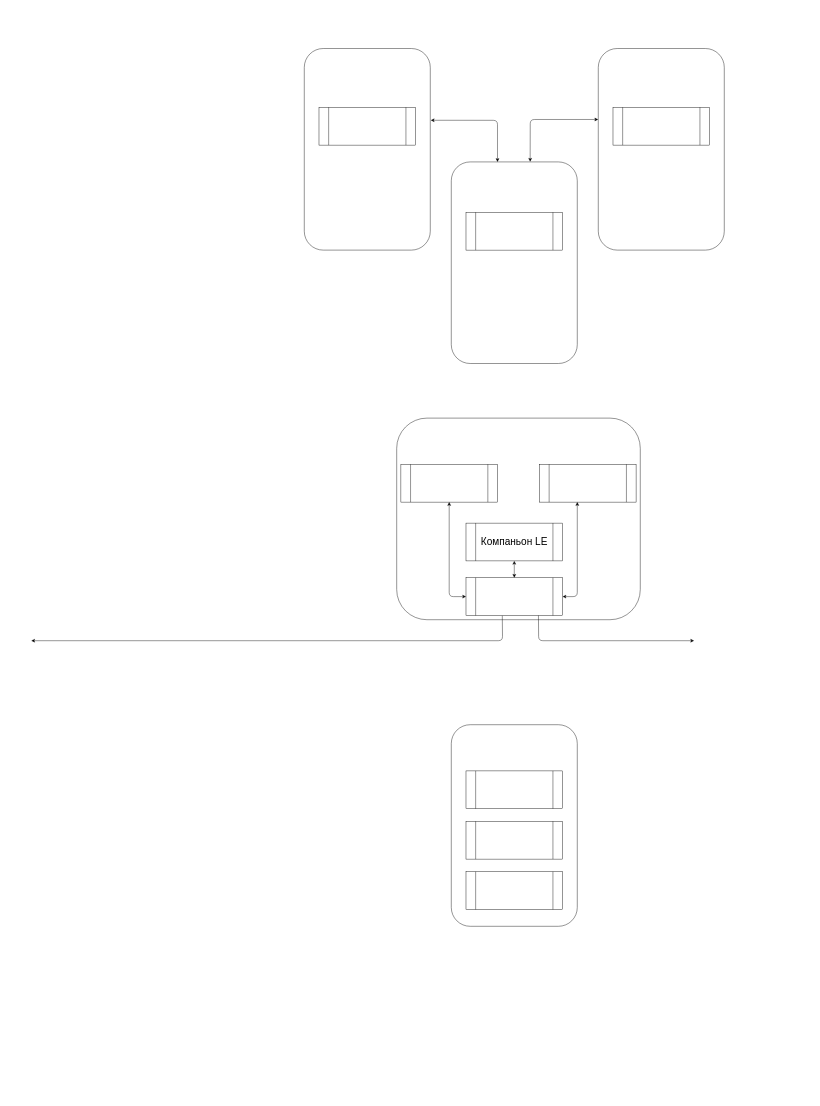
The draw.io diagram Untitled Diagram.drawio in goldcvt/jumbo-autodeploy, before the edit. Source tidied: cells renumbered, new cells numbered last; positions are measured from the earlier drawing's top-left corner, leaving out a move shared by most shapes. Both pictures are drawn from the tidied source at 42%, with x=0, y=0 at pixel (31, 48).
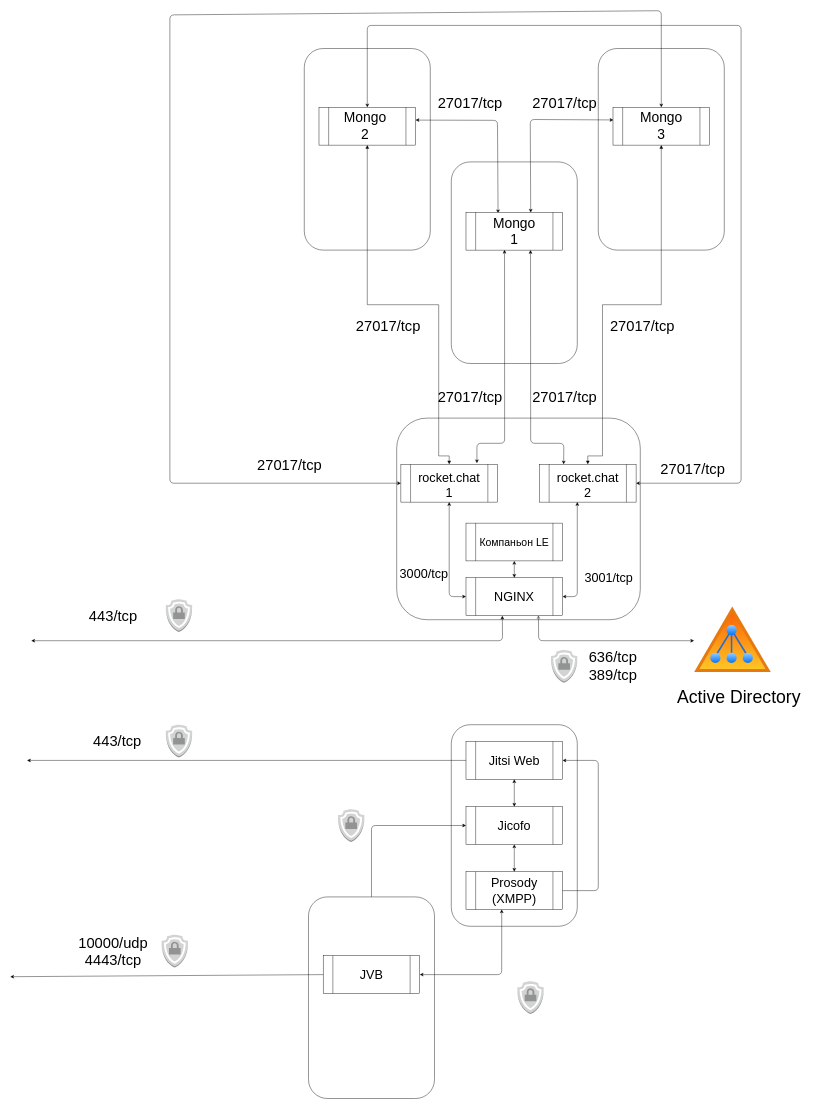
The same diagram, later.

Unchanged cells that the change refers to:
```xml
<mxCell id="2" style="rounded=1;whiteSpace=wrap;html=1;" parent="1" vertex="1">
  <mxGeometry x="650" width="300" height="480" as="geometry" />
</mxCell>
<mxCell id="3" style="rounded=1;whiteSpace=wrap;html=1;" parent="1" vertex="1">
  <mxGeometry x="1000" y="270" width="300" height="480" as="geometry" />
</mxCell>
<mxCell id="4" style="rounded=1;whiteSpace=wrap;html=1;" parent="1" vertex="1">
  <mxGeometry x="1350" width="300" height="480" as="geometry" />
</mxCell>
<mxCell id="8" style="shape=process;whiteSpace=wrap;html=1;backgroundOutline=1;" parent="1" vertex="1">
  <mxGeometry x="685" y="140" width="230" height="90" as="geometry" />
</mxCell>
<mxCell id="9" style="shape=process;whiteSpace=wrap;html=1;backgroundOutline=1;" parent="1" vertex="1">
  <mxGeometry x="1385" y="140" width="230" height="90" as="geometry" />
</mxCell>
<mxCell id="10" style="shape=process;whiteSpace=wrap;html=1;backgroundOutline=1;" parent="1" vertex="1">
  <mxGeometry x="1035" y="390" width="230" height="90" as="geometry" />
</mxCell>
<mxCell id="11" style="shape=process;whiteSpace=wrap;html=1;backgroundOutline=1;" parent="1" vertex="1">
  <mxGeometry x="880" y="990" width="230" height="90" as="geometry" />
</mxCell>
<mxCell id="13" style="shape=process;whiteSpace=wrap;html=1;backgroundOutline=1;" parent="1" vertex="1">
  <mxGeometry x="1035" y="1260" width="230" height="90" as="geometry" />
</mxCell>
<mxCell id="14" style="shape=process;whiteSpace=wrap;html=1;backgroundOutline=1;" parent="1" vertex="1">
  <mxGeometry x="1210" y="990" width="230" height="90" as="geometry" />
</mxCell>
<mxCell id="18" style="shape=process;whiteSpace=wrap;html=1;backgroundOutline=1;" parent="1" vertex="1">
  <mxGeometry x="1035" y="1960" width="230" height="90" as="geometry" />
</mxCell>
```

The edit, as a diff of the source:
```diff
@@
-    <mxCell id="6" style="endArrow=classic;startArrow=classic;html=1;exitX=1.004;exitY=0.356;exitDx=0;exitDy=0;exitPerimeter=0;" parent="1" edge="1" source="2">
+    <mxCell id="6" style="endArrow=classic;startArrow=classic;html=1;exitX=1;exitY=0.338;exitDx=0;exitDy=0;exitPerimeter=0;entryX=0.332;entryY=0.024;entryDx=0;entryDy=0;entryPerimeter=0;" parent="1" edge="1" source="8" target="10">
       <mxGeometry relative="1" as="geometry">
-        <mxPoint x="1110" y="270" as="targetPoint" />
         <Array as="points">
           <mxPoint x="1110" y="171" />
         </Array>
       </mxGeometry>
     </mxCell>
-    <mxCell id="7" style="endArrow=classic;startArrow=classic;html=1;entryX=0.626;entryY=-0.001;entryDx=0;entryDy=0;entryPerimeter=0;exitX=-0.001;exitY=0.352;exitDx=0;exitDy=0;exitPerimeter=0;" parent="1" edge="1" source="4" target="3">
+    <mxCell id="7" style="endArrow=classic;startArrow=classic;html=1;entryX=0.67;entryY=0.007;entryDx=0;entryDy=0;entryPerimeter=0;exitX=0.004;exitY=0.334;exitDx=0;exitDy=0;exitPerimeter=0;" parent="1" edge="1" source="9" target="10">
       <mxGeometry relative="1" as="geometry">
         <Array as="points">
           <mxPoint x="1188" y="169" />
         </Array>
       </mxGeometry>
     </mxCell>
@@
+    <mxCell id="25" style="edgeStyle=orthogonalEdgeStyle;rounded=0;jettySize=auto;html=1;exitX=0.5;exitY=0;exitDx=0;exitDy=0;entryX=0.5;entryY=1;entryDx=0;entryDy=0;startArrow=block;startFill=1;endArrow=block;endFill=1;" parent="1" edge="1" source="11" target="8">
+      <mxGeometry relative="1" as="geometry">
+        <Array as="points">
+          <mxPoint x="995" y="970" />
+          <mxPoint x="970" y="970" />
+          <mxPoint x="970" y="610" />
+          <mxPoint x="800" y="610" />
+        </Array>
+      </mxGeometry>
+    </mxCell>
@@
     <mxCell id="16" style="shape=process;whiteSpace=wrap;html=1;backgroundOutline=1;" parent="1" vertex="1">
-      <mxGeometry x="1035" y="1720" width="230" height="90" as="geometry" />
+      <mxGeometry x="1035" y="1650" width="230" height="90" as="geometry" />
     </mxCell>
     <mxCell id="17" style="shape=process;whiteSpace=wrap;html=1;backgroundOutline=1;" parent="1" vertex="1">
-      <mxGeometry x="1035" y="1840" width="230" height="90" as="geometry" />
+      <mxGeometry x="1035" y="1805" width="230" height="90" as="geometry" />
     </mxCell>
@@
-    <mxCell id="19" style="endArrow=none;startArrow=classic;html=1;entryX=0.376;entryY=1.006;entryDx=0;entryDy=0;endFill=0;entryPerimeter=0;" parent="1" edge="1" target="13">
+    <mxCell id="19" style="endArrow=classic;startArrow=classic;html=1;entryX=0.376;entryY=1.006;entryDx=0;entryDy=0;endFill=1;entryPerimeter=0;" parent="1" edge="1" target="13">
       <mxGeometry relative="1" as="geometry">
         <mxPoint y="1410" as="sourcePoint" />
         <Array as="points">
           <mxPoint x="1122" y="1410" />
         </Array>
       </mxGeometry>
     </mxCell>
@@
-    <mxCell id="21" value="&lt;span style=&quot;font-size: 24px&quot;&gt;Компаньон LE&lt;/span&gt;" style="text;html=1;strokeColor=none;fillColor=none;align=center;verticalAlign=middle;whiteSpace=wrap;rounded=0;" parent="1" vertex="1">
+    <mxCell id="21" value="&lt;font style=&quot;font-size: 25px&quot;&gt;Компаньон LE&lt;/font&gt;" style="text;html=1;strokeColor=none;fillColor=none;align=center;verticalAlign=middle;whiteSpace=wrap;rounded=0;" parent="1" vertex="1">
       <mxGeometry x="1065" y="1155" width="170" height="40" as="geometry" />
     </mxCell>
@@
-    <mxCell id="24" style="endArrow=classic;startArrow=none;html=1;exitX=0.75;exitY=1;exitDx=0;exitDy=0;startFill=0;" parent="1" edge="1" source="13">
+    <mxCell id="24" style="endArrow=classic;startArrow=open;html=1;exitX=0.75;exitY=1;exitDx=0;exitDy=0;startFill=0;" parent="1" edge="1" source="13">
       <mxGeometry relative="1" as="geometry">
         <mxPoint x="1578" y="1410" as="targetPoint" />
         <Array as="points">
           <mxPoint x="1208" y="1410" />
         </Array>
       </mxGeometry>
     </mxCell>
+    <mxCell id="26" style="rounded=1;whiteSpace=wrap;html=1;" parent="1" vertex="1">
+      <mxGeometry x="660" y="2020" width="300" height="480" as="geometry" />
+    </mxCell>
+    <mxCell id="27" style="endArrow=classic;startArrow=classic;html=1;exitX=1;exitY=0.5;exitDx=0;exitDy=0;entryX=0.37;entryY=0.998;entryDx=0;entryDy=0;entryPerimeter=0;" parent="1" edge="1" source="28" target="18">
+      <mxGeometry relative="1" as="geometry">
+        <Array as="points">
+          <mxPoint x="1120" y="2205" />
+        </Array>
+      </mxGeometry>
+    </mxCell>
+    <mxCell id="28" style="shape=process;whiteSpace=wrap;html=1;backgroundOutline=1;" parent="1" vertex="1">
+      <mxGeometry x="695" y="2160" width="230" height="90" as="geometry" />
+    </mxCell>
+    <mxCell id="29" style="endArrow=classic;html=1;exitX=0;exitY=0.5;exitDx=0;exitDy=0;" parent="1" edge="1" source="28">
+      <mxGeometry relative="1" as="geometry">
+        <mxPoint x="-50" y="2210" as="targetPoint" />
+      </mxGeometry>
+    </mxCell>
+    <mxCell id="30" style="endArrow=classic;startArrow=classic;html=1;exitX=0.25;exitY=0;exitDx=0;exitDy=0;entryX=0.668;entryY=1;entryDx=0;entryDy=0;entryPerimeter=0;" parent="1" edge="1" source="14" target="10">
+      <mxGeometry relative="1" as="geometry">
+        <Array as="points">
+          <mxPoint x="1268" y="940" />
+          <mxPoint x="1189" y="940" />
+        </Array>
+      </mxGeometry>
+    </mxCell>
+    <mxCell id="31" style="endArrow=classic;startArrow=classic;html=1;exitX=0.787;exitY=-0.03;exitDx=0;exitDy=0;entryX=0.399;entryY=0.994;entryDx=0;entryDy=0;entryPerimeter=0;exitPerimeter=0;" parent="1" edge="1" source="11" target="10">
+      <mxGeometry relative="1" as="geometry">
+        <Array as="points">
+          <mxPoint x="1061" y="940" />
+          <mxPoint x="1127" y="940" />
+        </Array>
+      </mxGeometry>
+    </mxCell>
+    <mxCell id="32" style="edgeStyle=orthogonalEdgeStyle;rounded=0;jettySize=auto;html=1;exitX=0.5;exitY=0;exitDx=0;exitDy=0;entryX=0.5;entryY=1;entryDx=0;entryDy=0;startArrow=block;startFill=1;endArrow=block;endFill=1;" parent="1" edge="1" source="14" target="9">
+      <mxGeometry relative="1" as="geometry">
+        <Array as="points">
+          <mxPoint x="1325" y="970" />
+          <mxPoint x="1360" y="970" />
+          <mxPoint x="1360" y="610" />
+          <mxPoint x="1500" y="610" />
+        </Array>
+      </mxGeometry>
+    </mxCell>
+    <mxCell id="33" style="endArrow=classic;html=1;exitX=0;exitY=0.5;exitDx=0;exitDy=0;" parent="1" edge="1" source="16">
+      <mxGeometry relative="1" as="geometry">
+        <mxPoint x="-10" y="1695" as="targetPoint" />
+      </mxGeometry>
+    </mxCell>
+    <mxCell id="34" style="endArrow=classic;startArrow=classic;html=1;exitX=0.5;exitY=0;exitDx=0;exitDy=0;entryX=0.5;entryY=1;entryDx=0;entryDy=0;" parent="1" edge="1" source="18" target="17">
+      <mxGeometry relative="1" as="geometry" />
+    </mxCell>
+    <mxCell id="35" style="endArrow=classic;html=1;exitX=0.5;exitY=0;exitDx=0;exitDy=0;entryX=0;entryY=0.5;entryDx=0;entryDy=0;" parent="1" edge="1" source="26" target="17">
+      <mxGeometry relative="1" as="geometry">
+        <Array as="points">
+          <mxPoint x="810" y="1850" />
+        </Array>
+      </mxGeometry>
+    </mxCell>
+    <mxCell id="36" style="endArrow=classic;startArrow=classic;html=1;entryX=0.5;entryY=1;entryDx=0;entryDy=0;exitX=0.5;exitY=0;exitDx=0;exitDy=0;" parent="1" edge="1" source="17" target="16">
+      <mxGeometry relative="1" as="geometry" />
+    </mxCell>
+    <mxCell id="37" style="endArrow=classic;html=1;exitX=1;exitY=0.5;exitDx=0;exitDy=0;entryX=1;entryY=0.5;entryDx=0;entryDy=0;" parent="1" edge="1" source="18" target="16">
+      <mxGeometry relative="1" as="geometry">
+        <Array as="points">
+          <mxPoint x="1350" y="2005" />
+          <mxPoint x="1350" y="1695" />
+        </Array>
+      </mxGeometry>
+    </mxCell>
+    <mxCell id="38" style="dashed=0;verticalLabelPosition=bottom;verticalAlign=top;align=center;html=1;shape=mxgraph.aws3.ssl_padlock;fillColor=#D2D3D3;gradientColor=none;" parent="1" vertex="1">
+      <mxGeometry x="310" y="2110" width="63" height="78" as="geometry" />
+    </mxCell>
+    <mxCell id="39" style="dashed=0;verticalLabelPosition=bottom;verticalAlign=top;align=center;html=1;shape=mxgraph.aws3.ssl_padlock;fillColor=#D2D3D3;gradientColor=none;" parent="1" vertex="1">
+      <mxGeometry x="730" y="1811" width="63" height="78" as="geometry" />
+    </mxCell>
+    <mxCell id="40" style="dashed=0;verticalLabelPosition=bottom;verticalAlign=top;align=center;html=1;shape=mxgraph.aws3.ssl_padlock;fillColor=#D2D3D3;gradientColor=none;" parent="1" vertex="1">
+      <mxGeometry x="320" y="1610" width="63" height="78" as="geometry" />
+    </mxCell>
+    <mxCell id="41" style="dashed=0;verticalLabelPosition=bottom;verticalAlign=top;align=center;html=1;shape=mxgraph.aws3.ssl_padlock;fillColor=#D2D3D3;gradientColor=none;" parent="1" vertex="1">
+      <mxGeometry x="320" y="1311" width="63" height="78" as="geometry" />
+    </mxCell>
+    <mxCell id="42" style="dashed=0;verticalLabelPosition=bottom;verticalAlign=top;align=center;html=1;shape=mxgraph.aws3.ssl_padlock;fillColor=#D2D3D3;gradientColor=none;" parent="1" vertex="1">
+      <mxGeometry x="1237" y="1432" width="63" height="78" as="geometry" />
+    </mxCell>
+    <mxCell id="43" value="&lt;font style=&quot;font-size: 33px&quot;&gt;Mongo 2&lt;/font&gt;" style="text;html=1;strokeColor=none;fillColor=none;align=center;verticalAlign=middle;whiteSpace=wrap;rounded=0;" parent="1" vertex="1">
+      <mxGeometry x="740" y="170" width="110" height="25" as="geometry" />
+    </mxCell>
+    <mxCell id="44" value="&lt;font style=&quot;font-size: 33px&quot;&gt;Mongo 3&lt;/font&gt;" style="text;html=1;strokeColor=none;fillColor=none;align=center;verticalAlign=middle;whiteSpace=wrap;rounded=0;" parent="1" vertex="1">
+      <mxGeometry x="1445" y="170" width="110" height="25" as="geometry" />
+    </mxCell>
+    <mxCell id="45" value="&lt;font style=&quot;font-size: 33px&quot;&gt;Mongo 1&lt;/font&gt;" style="text;html=1;strokeColor=none;fillColor=none;align=center;verticalAlign=middle;whiteSpace=wrap;rounded=0;" parent="1" vertex="1">
+      <mxGeometry x="1095" y="422.5" width="110" height="25" as="geometry" />
+    </mxCell>
+    <mxCell id="46" value="&lt;font style=&quot;font-size: 30px&quot;&gt;rocket.chat 1&lt;/font&gt;" style="text;html=1;strokeColor=none;fillColor=none;align=center;verticalAlign=middle;whiteSpace=wrap;rounded=0;" parent="1" vertex="1">
+      <mxGeometry x="930" y="1020" width="130" height="40" as="geometry" />
+    </mxCell>
+    <mxCell id="47" value="&lt;font style=&quot;font-size: 30px&quot;&gt;rocket.chat 2&lt;/font&gt;" style="text;html=1;strokeColor=none;fillColor=none;align=center;verticalAlign=middle;whiteSpace=wrap;rounded=0;" parent="1" vertex="1">
+      <mxGeometry x="1260" y="1020" width="130" height="40" as="geometry" />
+    </mxCell>
+    <mxCell id="48" value="&lt;font style=&quot;font-size: 30px&quot;&gt;NGINX&lt;/font&gt;" style="text;html=1;strokeColor=none;fillColor=none;align=center;verticalAlign=middle;whiteSpace=wrap;rounded=0;" parent="1" vertex="1">
+      <mxGeometry x="1080" y="1280" width="140" height="50" as="geometry" />
+    </mxCell>
+    <mxCell id="49" value="&lt;font style=&quot;font-size: 30px&quot;&gt;JVB&lt;/font&gt;" style="text;html=1;strokeColor=none;fillColor=none;align=center;verticalAlign=middle;whiteSpace=wrap;rounded=0;" parent="1" vertex="1">
+      <mxGeometry x="740" y="2180" width="140" height="50" as="geometry" />
+    </mxCell>
+    <mxCell id="50" value="&lt;font style=&quot;font-size: 30px&quot;&gt;Prosody&lt;br&gt;(XMPP)&lt;/font&gt;" style="text;html=1;strokeColor=none;fillColor=none;align=center;verticalAlign=middle;whiteSpace=wrap;rounded=0;" parent="1" vertex="1">
+      <mxGeometry x="1070" y="1995" width="160" height="20" as="geometry" />
+    </mxCell>
+    <mxCell id="51" style="dashed=0;verticalLabelPosition=bottom;verticalAlign=top;align=center;html=1;shape=mxgraph.aws3.ssl_padlock;fillColor=#D2D3D3;gradientColor=none;" parent="1" vertex="1">
+      <mxGeometry x="1157" y="2221" width="63" height="78" as="geometry" />
+    </mxCell>
+    <mxCell id="52" value="&lt;font style=&quot;font-size: 30px&quot;&gt;Jicofo&lt;/font&gt;" style="text;html=1;strokeColor=none;fillColor=none;align=center;verticalAlign=middle;whiteSpace=wrap;rounded=0;" parent="1" vertex="1">
+      <mxGeometry x="1085" y="1825" width="130" height="50" as="geometry" />
+    </mxCell>
+    <mxCell id="53" value="&lt;font style=&quot;font-size: 35px&quot;&gt;10000/udp&lt;br&gt;4443/tcp&lt;br&gt;&lt;/font&gt;" style="text;html=1;strokeColor=none;fillColor=none;align=center;verticalAlign=middle;whiteSpace=wrap;rounded=0;" parent="1" vertex="1">
+      <mxGeometry x="130" y="2119" width="130" height="60" as="geometry" />
+    </mxCell>
+    <mxCell id="54" value="&lt;font style=&quot;font-size: 35px&quot;&gt;443/tcp&lt;br&gt;&lt;/font&gt;" style="text;html=1;strokeColor=none;fillColor=none;align=center;verticalAlign=middle;whiteSpace=wrap;rounded=0;" parent="1" vertex="1">
+      <mxGeometry x="140" y="1629" width="130" height="40" as="geometry" />
+    </mxCell>
+    <mxCell id="55" style="edgeStyle=orthogonalEdgeStyle;rounded=0;orthogonalLoop=1;jettySize=auto;html=1;exitX=0.5;exitY=1;exitDx=0;exitDy=0;startArrow=block;startFill=1;endArrow=block;endFill=1;" parent="1" edge="1" source="54" target="54">
+      <mxGeometry relative="1" as="geometry" />
+    </mxCell>
+    <mxCell id="56" value="&lt;font style=&quot;font-size: 35px&quot;&gt;443/tcp&lt;br&gt;&lt;/font&gt;" style="text;html=1;strokeColor=none;fillColor=none;align=center;verticalAlign=middle;whiteSpace=wrap;rounded=0;" parent="1" vertex="1">
+      <mxGeometry x="130" y="1330" width="130" height="40" as="geometry" />
+    </mxCell>
+    <mxCell id="57" value="&lt;font style=&quot;font-size: 35px&quot;&gt;636/tcp&lt;br&gt;389/tcp&lt;br&gt;&lt;/font&gt;" style="text;html=1;strokeColor=none;fillColor=none;align=center;verticalAlign=middle;whiteSpace=wrap;rounded=0;" parent="1" vertex="1">
+      <mxGeometry x="1320" y="1450" width="130" height="40" as="geometry" />
+    </mxCell>
+    <mxCell id="58" style="perimeter=ellipsePerimeter;html=1;align=center;shadow=0;dashed=0;spacingTop=3;image;image=img/lib/active_directory/active_directory.svg;fillColor=none;" parent="1" vertex="1">
+      <mxGeometry x="1570" y="1320" width="200" height="170" as="geometry" />
+    </mxCell>
+    <mxCell id="59" value="&lt;font style=&quot;font-size: 42px&quot;&gt;Active Directory&lt;/font&gt;" style="text;html=1;strokeColor=none;fillColor=none;align=center;verticalAlign=middle;whiteSpace=wrap;rounded=0;" parent="1" vertex="1">
+      <mxGeometry x="1510" y="1510" width="350" height="70" as="geometry" />
+    </mxCell>
+    <mxCell id="60" value="&lt;font style=&quot;font-size: 30px&quot;&gt;Jitsi Web&lt;/font&gt;" style="text;html=1;strokeColor=none;fillColor=none;align=center;verticalAlign=middle;whiteSpace=wrap;rounded=0;" parent="1" vertex="1">
+      <mxGeometry x="1070" y="1670" width="160" height="50" as="geometry" />
+    </mxCell>
+    <mxCell id="61" value="&lt;font style=&quot;font-size: 35px&quot;&gt;27017/tcp&lt;br&gt;&lt;/font&gt;" style="text;html=1;strokeColor=none;fillColor=none;align=center;verticalAlign=middle;whiteSpace=wrap;rounded=0;" parent="1" vertex="1">
+      <mxGeometry x="785" y="640" width="130" height="40" as="geometry" />
+    </mxCell>
+    <mxCell id="62" value="&lt;font style=&quot;font-size: 35px&quot;&gt;27017/tcp&lt;br&gt;&lt;/font&gt;" style="text;html=1;strokeColor=none;fillColor=none;align=center;verticalAlign=middle;whiteSpace=wrap;rounded=0;" parent="1" vertex="1">
+      <mxGeometry x="1205" y="810" width="130" height="40" as="geometry" />
+    </mxCell>
+    <mxCell id="63" value="&lt;font style=&quot;font-size: 35px&quot;&gt;27017/tcp&lt;br&gt;&lt;/font&gt;" style="text;html=1;strokeColor=none;fillColor=none;align=center;verticalAlign=middle;whiteSpace=wrap;rounded=0;" parent="1" vertex="1">
+      <mxGeometry x="980" y="810" width="130" height="40" as="geometry" />
+    </mxCell>
+    <mxCell id="64" value="&lt;font style=&quot;font-size: 35px&quot;&gt;27017/tcp&lt;br&gt;&lt;/font&gt;" style="text;html=1;strokeColor=none;fillColor=none;align=center;verticalAlign=middle;whiteSpace=wrap;rounded=0;" parent="1" vertex="1">
+      <mxGeometry x="1390" y="640" width="130" height="40" as="geometry" />
+    </mxCell>
+    <mxCell id="65" value="&lt;font style=&quot;font-size: 35px&quot;&gt;27017/tcp&lt;br&gt;&lt;/font&gt;" style="text;html=1;strokeColor=none;fillColor=none;align=center;verticalAlign=middle;whiteSpace=wrap;rounded=0;" parent="1" vertex="1">
+      <mxGeometry x="980" y="110" width="130" height="40" as="geometry" />
+    </mxCell>
+    <mxCell id="66" value="&lt;font style=&quot;font-size: 35px&quot;&gt;27017/tcp&lt;br&gt;&lt;/font&gt;" style="text;html=1;strokeColor=none;fillColor=none;align=center;verticalAlign=middle;whiteSpace=wrap;rounded=0;" parent="1" vertex="1">
+      <mxGeometry x="1205" y="110" width="130" height="40" as="geometry" />
+    </mxCell>
+    <mxCell id="67" style="endArrow=classic;startArrow=classic;html=1;exitX=0;exitY=0.5;exitDx=0;exitDy=0;entryX=0.5;entryY=0;entryDx=0;entryDy=0;" parent="1" edge="1" source="11" target="9">
+      <mxGeometry relative="1" as="geometry">
+        <Array as="points">
+          <mxPoint x="330" y="1035" />
+          <mxPoint x="330" y="-80" />
+          <mxPoint x="1500" y="-90" />
+        </Array>
+      </mxGeometry>
+    </mxCell>
+    <mxCell id="68" style="endArrow=classic;startArrow=classic;html=1;exitX=1;exitY=0.5;exitDx=0;exitDy=0;entryX=0.5;entryY=0;entryDx=0;entryDy=0;" parent="1" edge="1" source="14" target="8">
+      <mxGeometry relative="1" as="geometry">
+        <Array as="points">
+          <mxPoint x="1690" y="1035" />
+          <mxPoint x="1690" y="-55" />
+          <mxPoint x="800" y="-55" />
+        </Array>
+      </mxGeometry>
+    </mxCell>
+    <mxCell id="69" value="&lt;font style=&quot;font-size: 35px&quot;&gt;27017/tcp&lt;br&gt;&lt;/font&gt;" style="text;html=1;strokeColor=none;fillColor=none;align=center;verticalAlign=middle;whiteSpace=wrap;rounded=0;" parent="1" vertex="1">
+      <mxGeometry x="550" y="970" width="130" height="40" as="geometry" />
+    </mxCell>
+    <mxCell id="70" value="&lt;font style=&quot;font-size: 35px&quot;&gt;27017/tcp&lt;br&gt;&lt;/font&gt;" style="text;html=1;strokeColor=none;fillColor=none;align=center;verticalAlign=middle;whiteSpace=wrap;rounded=0;" parent="1" vertex="1">
+      <mxGeometry x="1510" y="980" width="130" height="40" as="geometry" />
+    </mxCell>
+    <mxCell id="71" value="&lt;font&gt;&lt;font style=&quot;font-size: 30px&quot;&gt;3001/tcp&lt;/font&gt;&lt;br&gt;&lt;/font&gt;" style="text;html=1;strokeColor=none;fillColor=none;align=center;verticalAlign=middle;whiteSpace=wrap;rounded=0;" parent="1" vertex="1">
+      <mxGeometry x="1320" y="1240" width="110" height="40" as="geometry" />
+    </mxCell>
+    <mxCell id="72" value="&lt;font&gt;&lt;font style=&quot;font-size: 30px&quot;&gt;3000/tcp&lt;/font&gt;&lt;br&gt;&lt;/font&gt;" style="text;html=1;strokeColor=none;fillColor=none;align=center;verticalAlign=middle;whiteSpace=wrap;rounded=0;" parent="1" vertex="1">
+      <mxGeometry x="880" y="1230" width="110" height="40" as="geometry" />
+    </mxCell>
```
